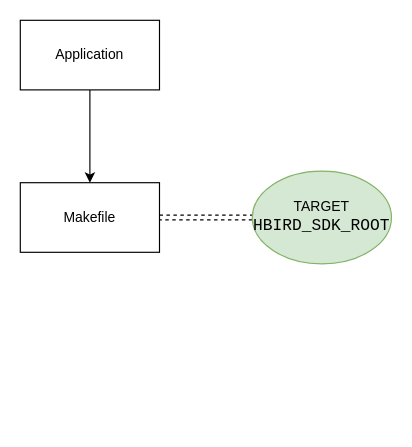
The draw.io diagram Untitled Diagram.drawio in wangpengabc/test, before the edit. Source tidied: cells renumbered, new cells numbered last; positions are measured from the earlier drawing's top-left corner, leaving out a move shared by most shapes. Both pictures are drawn from the tidied source at 116%, with x=0, y=0 at pixel (20, 20).
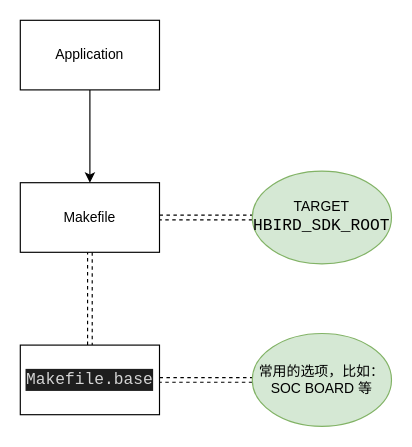
Above is the later version.

Change to the diagram source:
```diff
@@
 <mxGraphModel background="#ffffff">
   <root>
     <mxCell id="0" />
     <mxCell id="1" parent="0" />
     <mxCell id="2" style="edgeStyle=elbowEdgeStyle;rounded=0;jettySize=auto;elbow=vertical;html=1;" parent="1" edge="1" source="3" target="5">
       <mxGeometry relative="1" as="geometry" />
     </mxCell>
     <mxCell id="3" value="Application" style="rounded=0;whiteSpace=wrap;html=1;" parent="1" vertex="1">
       <mxGeometry width="120" height="60" as="geometry" />
     </mxCell>
     <mxCell id="4" style="jettySize=auto;elbow=vertical;html=1;shape=link;dashed=1;" parent="1" edge="1" source="5" target="6">
       <mxGeometry relative="1" as="geometry" />
     </mxCell>
+    <mxCell id="7" style="edgeStyle=none;shape=link;jettySize=auto;html=1;dashed=1;" parent="1" edge="1" source="5" target="9">
+      <mxGeometry relative="1" as="geometry" />
+    </mxCell>
     <mxCell id="5" value="Makefile" style="rounded=0;whiteSpace=wrap;html=1;" parent="1" vertex="1">
       <mxGeometry y="140" width="120" height="60" as="geometry" />
     </mxCell>
     <mxCell id="6" value="TARGET&lt;br&gt;&lt;div style=&quot;font-family: &amp;#34;droid sans mono&amp;#34; , monospace , monospace , &amp;#34;droid sans fallback&amp;#34; ; font-size: 14px ; line-height: 19px&quot;&gt;HBIRD_SDK_ROOT&lt;/div&gt;" style="ellipse;whiteSpace=wrap;html=1;rounded=0;fillColor=#d5e8d4;strokeColor=#82b366;" parent="1" vertex="1">
       <mxGeometry x="200" y="130" width="120" height="80" as="geometry" />
     </mxCell>
+    <mxCell id="8" style="edgeStyle=none;shape=link;jettySize=auto;html=1;dashed=1;" parent="1" edge="1" source="9" target="10">
+      <mxGeometry relative="1" as="geometry" />
+    </mxCell>
+    <mxCell id="9" value="&lt;div style=&quot;color: rgb(212 , 212 , 212) ; background-color: rgb(30 , 30 , 30) ; font-family: &amp;#34;droid sans mono&amp;#34; , monospace , monospace , &amp;#34;droid sans fallback&amp;#34; ; font-size: 14px ; line-height: 19px&quot;&gt;Makefile.base&lt;/div&gt;" style="rounded=0;whiteSpace=wrap;html=1;" parent="1" vertex="1">
+      <mxGeometry y="280" width="120" height="60" as="geometry" />
+    </mxCell>
+    <mxCell id="10" value="常用的选项，比如：&lt;br&gt;SOC BOARD 等" style="ellipse;whiteSpace=wrap;html=1;rounded=0;fillColor=#d5e8d4;strokeColor=#82b366;" parent="1" vertex="1">
+      <mxGeometry x="200" y="270" width="120" height="80" as="geometry" />
+    </mxCell>
   </root>
 </mxGraphModel>
```
